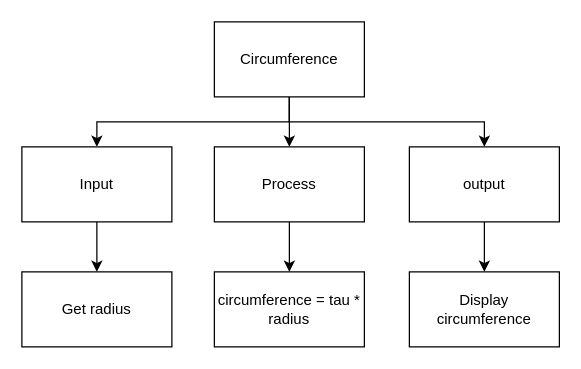
The draw.io diagram page "Top Down" (1 of 2) of design.drawio in Samuel-Webster-178/ICS3U-Unit4-Unit4-03-Python, before the edit. Source tidied: cells renumbered, new cells numbered last; positions are measured from the earlier drawing's top-left corner, leaving out a move shared by most shapes. Both pictures are drawn from the tidied source at 125%, with x=0, y=0 at pixel (21, 21).
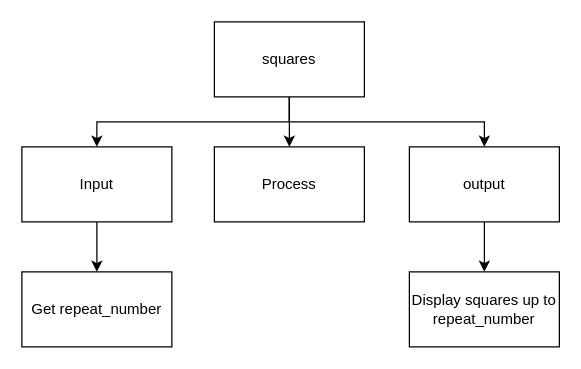
After the change.

The edit, as a diff of the source:
```diff
@@
 <mxGraphModel>
   <root>
     <mxCell id="0" />
     <mxCell id="1" parent="0" />
     <mxCell id="2" style="edgeStyle=none;html=1;" parent="1" edge="1" source="5" target="9">
       <mxGeometry relative="1" as="geometry" />
     </mxCell>
     <mxCell id="3" style="edgeStyle=orthogonalEdgeStyle;html=1;entryX=0.5;entryY=0;entryDx=0;entryDy=0;rounded=0;" parent="1" edge="1" source="5" target="7">
       <mxGeometry relative="1" as="geometry">
         <Array as="points">
           <mxPoint x="214" y="80" />
           <mxPoint x="60" y="80" />
         </Array>
       </mxGeometry>
     </mxCell>
     <mxCell id="4" style="edgeStyle=orthogonalEdgeStyle;html=1;entryX=0.5;entryY=0;entryDx=0;entryDy=0;rounded=0;" parent="1" edge="1" source="5" target="11">
       <mxGeometry relative="1" as="geometry">
         <Array as="points">
           <mxPoint x="214" y="80" />
           <mxPoint x="370" y="80" />
         </Array>
       </mxGeometry>
     </mxCell>
-    <mxCell id="5" value="Circumference" style="rounded=0;whiteSpace=wrap;html=1;" parent="1" vertex="1">
+    <mxCell id="5" value="squares" style="rounded=0;whiteSpace=wrap;html=1;" parent="1" vertex="1">
       <mxGeometry x="154" width="120" height="60" as="geometry" />
     </mxCell>
     <mxCell id="6" style="edgeStyle=orthogonalEdgeStyle;rounded=0;html=1;" parent="1" edge="1" source="7" target="12">
       <mxGeometry relative="1" as="geometry" />
     </mxCell>
     <mxCell id="7" value="Input" style="rounded=0;whiteSpace=wrap;html=1;" parent="1" vertex="1">
       <mxGeometry y="100" width="120" height="60" as="geometry" />
     </mxCell>
-    <mxCell id="8" style="edgeStyle=orthogonalEdgeStyle;rounded=0;html=1;" parent="1" edge="1" source="9" target="13">
-      <mxGeometry relative="1" as="geometry" />
-    </mxCell>
     <mxCell id="9" value="Process" style="rounded=0;whiteSpace=wrap;html=1;" parent="1" vertex="1">
       <mxGeometry x="154" y="100" width="120" height="60" as="geometry" />
     </mxCell>
     <mxCell id="10" style="edgeStyle=orthogonalEdgeStyle;rounded=0;html=1;" parent="1" edge="1" source="11" target="14">
       <mxGeometry relative="1" as="geometry" />
     </mxCell>
     <mxCell id="11" value="output" style="rounded=0;whiteSpace=wrap;html=1;" parent="1" vertex="1">
       <mxGeometry x="310" y="100" width="120" height="60" as="geometry" />
     </mxCell>
-    <mxCell id="12" value="Get radius" style="rounded=0;whiteSpace=wrap;html=1;" parent="1" vertex="1">
+    <mxCell id="12" value="Get repeat_number" style="rounded=0;whiteSpace=wrap;html=1;" parent="1" vertex="1">
       <mxGeometry y="200" width="120" height="60" as="geometry" />
     </mxCell>
-    <mxCell id="13" value="circumference = tau * radius" style="rounded=0;whiteSpace=wrap;html=1;" parent="1" vertex="1">
-      <mxGeometry x="154" y="200" width="120" height="60" as="geometry" />
-    </mxCell>
-    <mxCell id="14" value="Display circumference" style="rounded=0;whiteSpace=wrap;html=1;" parent="1" vertex="1">
+    <mxCell id="14" value="Display squares up to repeat_number" style="rounded=0;whiteSpace=wrap;html=1;" parent="1" vertex="1">
       <mxGeometry x="310" y="200" width="120" height="60" as="geometry" />
     </mxCell>
   </root>
 </mxGraphModel>
```
